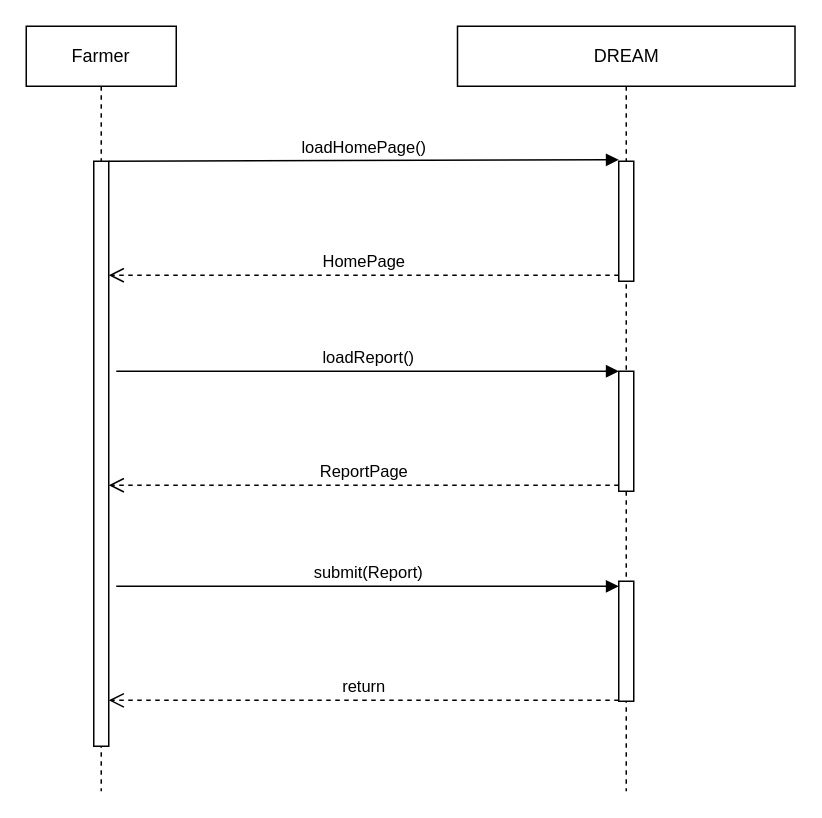
Earlier version of the draw.io diagram page "FarmerReport" (7 of 13) of RASD/diagrams/Sequence Diagram.drawio (ictar/DREAM-SE2-Project-2022). Source tidied: cells renumbered, new cells numbered last; positions are measured from the earlier drawing's top-left corner, leaving out a move shared by most shapes. Both pictures are drawn from the tidied source at 150%, with x=0, y=0 at pixel (26, 26).
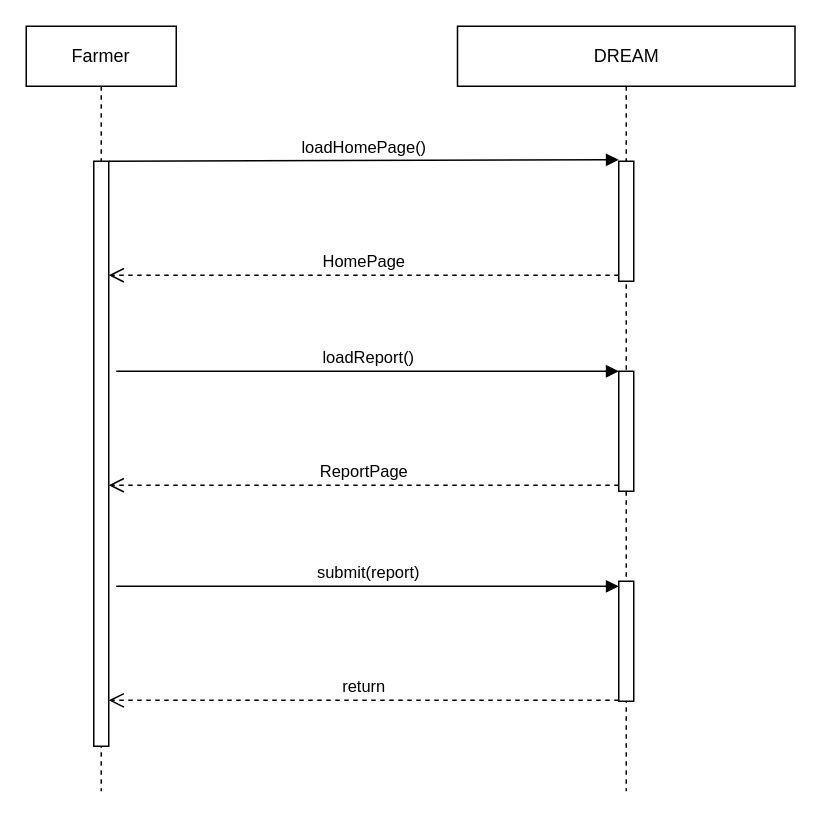
After the change.

Diff of the diagram source:
```diff
@@
 <mxGraphModel>
   <root>
     <mxCell id="0" />
     <mxCell id="1" parent="0" />
     <mxCell id="2" value="Farmer" style="shape=umlLifeline;perimeter=lifelinePerimeter;whiteSpace=wrap;html=1;" parent="1" vertex="1">
       <mxGeometry width="100" height="510" as="geometry" />
     </mxCell>
     <mxCell id="3" value="DREAM" style="shape=umlLifeline;perimeter=lifelinePerimeter;whiteSpace=wrap;html=1;" parent="1" vertex="1">
       <mxGeometry x="287.5" width="225" height="510" as="geometry" />
     </mxCell>
     <mxCell id="4" value="loadHomePage()" style="html=1;verticalAlign=bottom;endArrow=block;rounded=0;entryX=0;entryY=-0.012;entryDx=0;entryDy=0;entryPerimeter=0;" parent="1" edge="1" target="11">
       <mxGeometry relative="1" as="geometry">
         <mxPoint x="55" y="90" as="sourcePoint" />
       </mxGeometry>
     </mxCell>
     <mxCell id="5" value="HomePage" style="html=1;verticalAlign=bottom;endArrow=open;dashed=1;endSize=8;exitX=0;exitY=0.95;rounded=0;" parent="1" edge="1" source="11">
       <mxGeometry relative="1" as="geometry">
         <mxPoint x="55" y="166" as="targetPoint" />
       </mxGeometry>
     </mxCell>
     <mxCell id="6" value="loadReport()" style="html=1;verticalAlign=bottom;endArrow=block;entryX=0;entryY=0;rounded=0;" parent="1" edge="1" target="12">
       <mxGeometry relative="1" as="geometry">
         <mxPoint x="60" y="230" as="sourcePoint" />
       </mxGeometry>
     </mxCell>
     <mxCell id="7" value="ReportPage" style="html=1;verticalAlign=bottom;endArrow=open;dashed=1;endSize=8;exitX=0;exitY=0.95;rounded=0;" parent="1" edge="1" source="12">
       <mxGeometry relative="1" as="geometry">
         <mxPoint x="55" y="306" as="targetPoint" />
       </mxGeometry>
     </mxCell>
     <mxCell id="8" style="html=1;perimeter=orthogonalPerimeter;" parent="1" vertex="1">
       <mxGeometry x="395" y="370" width="10" height="80" as="geometry" />
     </mxCell>
     <mxCell id="9" value="return" style="html=1;verticalAlign=bottom;endArrow=open;dashed=1;endSize=8;exitX=0;exitY=0.95;rounded=0;" parent="1" edge="1">
       <mxGeometry relative="1" as="geometry">
         <mxPoint x="395" y="449.4" as="sourcePoint" />
         <mxPoint x="55" y="449.4" as="targetPoint" />
       </mxGeometry>
     </mxCell>
-    <mxCell id="10" value="submit(Report)" style="html=1;verticalAlign=bottom;endArrow=block;entryX=0;entryY=0;rounded=0;" parent="1" edge="1">
+    <mxCell id="10" value="submit(report)" style="html=1;verticalAlign=bottom;endArrow=block;entryX=0;entryY=0;rounded=0;" parent="1" edge="1">
       <mxGeometry relative="1" as="geometry">
         <mxPoint x="60" y="373.4" as="sourcePoint" />
         <mxPoint x="395" y="373.4" as="targetPoint" />
       </mxGeometry>
     </mxCell>
     <mxCell id="11" style="html=1;points=[];perimeter=orthogonalPerimeter;" parent="1" vertex="1">
       <mxGeometry x="395" y="90" width="10" height="80" as="geometry" />
     </mxCell>
     <mxCell id="12" style="html=1;points=[];perimeter=orthogonalPerimeter;" parent="1" vertex="1">
       <mxGeometry x="395" y="230" width="10" height="80" as="geometry" />
     </mxCell>
     <mxCell id="13" style="html=1;perimeter=orthogonalPerimeter;" parent="1" vertex="1">
       <mxGeometry x="45" y="90" width="10" height="390" as="geometry" />
     </mxCell>
   </root>
 </mxGraphModel>
```
